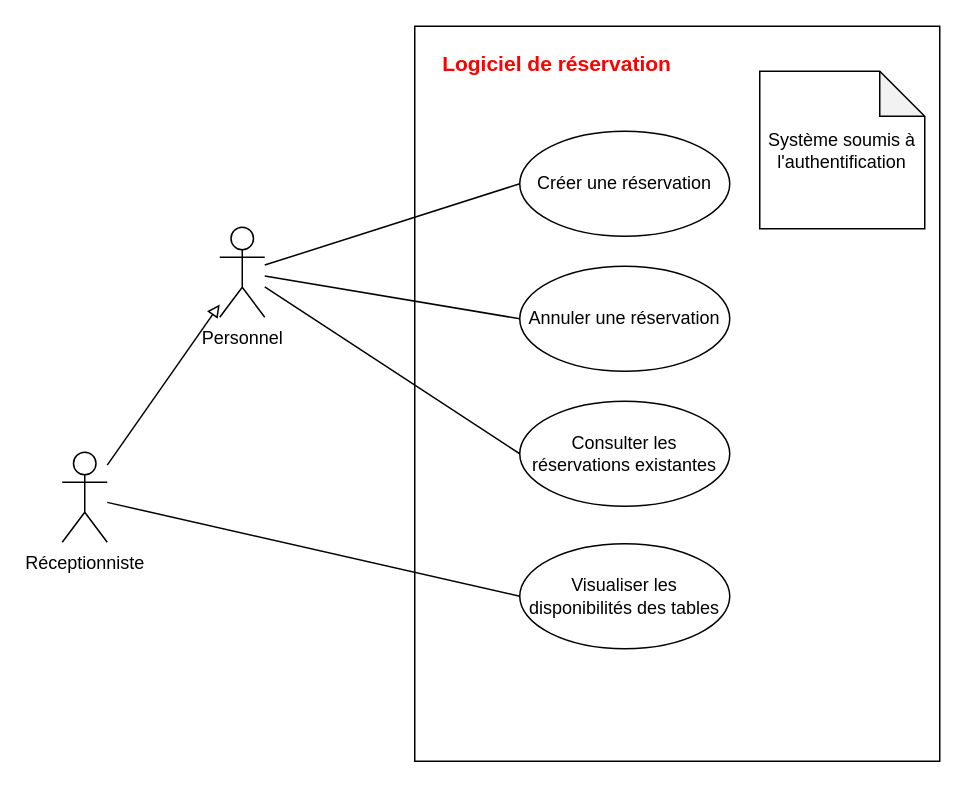
Earlier version of the draw.io diagram TP_1_UML_Exercice_3.drawio (Mzk-Ali/EXO_M2I_UML). Source tidied: cells renumbered, new cells numbered last; positions are measured from the earlier drawing's top-left corner, leaving out a move shared by most shapes. Both pictures are drawn from the tidied source at 150%, with x=0, y=0 at pixel (62, 26).
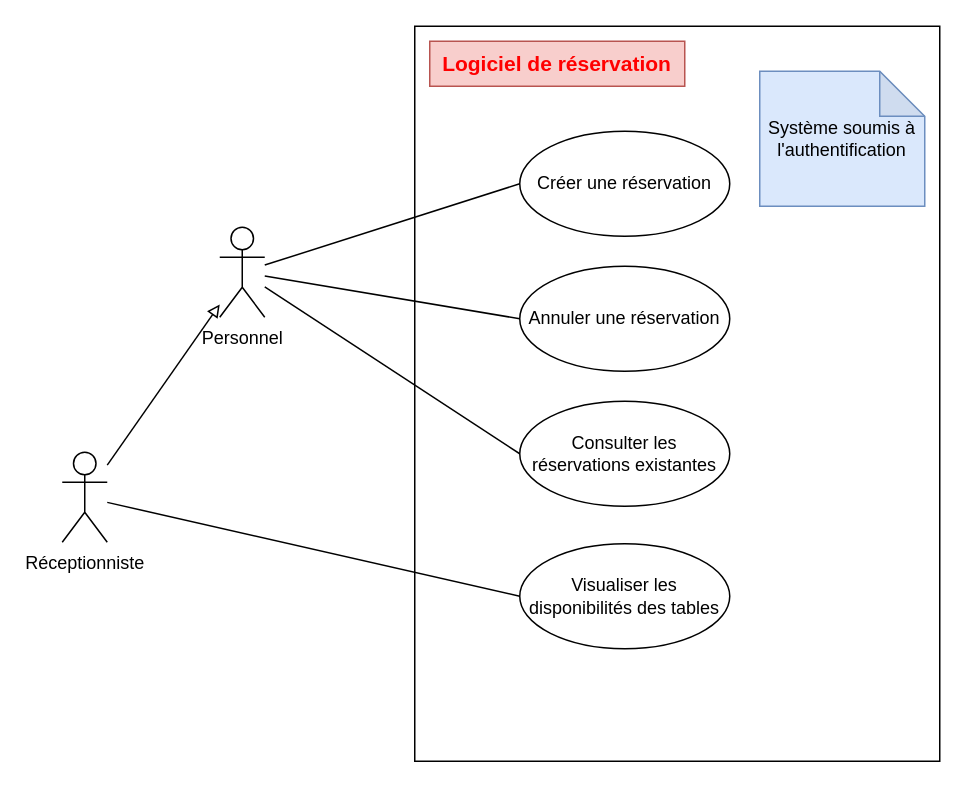
After the change.

Commit message:
Mettre à jour TP_1_UML_Exercice_3.drawio

What changed in the source:
```diff
@@
 <mxGraphModel>
   <root>
     <mxCell id="0" />
     <mxCell id="1" parent="0" />
     <mxCell id="2" style="rounded=0;whiteSpace=wrap;html=1;" parent="1" vertex="1">
       <mxGeometry x="235" width="350" height="490" as="geometry" />
     </mxCell>
     <mxCell id="3" style="rounded=0;jettySize=auto;html=1;endArrow=block;endFill=0;" parent="1" edge="1" source="5" target="9">
       <mxGeometry relative="1" as="geometry" />
     </mxCell>
     <mxCell id="4" style="rounded=0;jettySize=auto;html=1;entryX=0;entryY=0.5;entryDx=0;entryDy=0;endArrow=none;startFill=0;" parent="1" edge="1" source="5" target="10">
       <mxGeometry relative="1" as="geometry" />
     </mxCell>
     <mxCell id="5" value="Réceptionniste" style="shape=umlActor;verticalLabelPosition=bottom;verticalAlign=top;html=1;outlineConnect=0;" parent="1" vertex="1">
       <mxGeometry y="284" width="30" height="60" as="geometry" />
     </mxCell>
     <mxCell id="6" style="rounded=0;jettySize=auto;html=1;entryX=0;entryY=0.5;entryDx=0;entryDy=0;endArrow=none;startFill=0;" parent="1" edge="1" source="9" target="11">
       <mxGeometry relative="1" as="geometry" />
     </mxCell>
     <mxCell id="7" style="rounded=0;jettySize=auto;html=1;entryX=0;entryY=0.5;entryDx=0;entryDy=0;endArrow=none;startFill=0;" parent="1" edge="1" source="9" target="12">
       <mxGeometry relative="1" as="geometry" />
     </mxCell>
     <mxCell id="8" style="rounded=0;jettySize=auto;html=1;entryX=0;entryY=0.5;entryDx=0;entryDy=0;endArrow=none;startFill=0;" parent="1" edge="1" source="9" target="13">
       <mxGeometry relative="1" as="geometry" />
     </mxCell>
     <mxCell id="9" value="Personnel" style="shape=umlActor;verticalLabelPosition=bottom;verticalAlign=top;html=1;outlineConnect=0;" parent="1" vertex="1">
       <mxGeometry x="105" y="134" width="30" height="60" as="geometry" />
     </mxCell>
     <mxCell id="10" value="Visualiser les disponibilités des tables" style="ellipse;whiteSpace=wrap;html=1;" parent="1" vertex="1">
       <mxGeometry x="305" y="345" width="140" height="70" as="geometry" />
     </mxCell>
     <mxCell id="11" value="Créer une réservation" style="ellipse;whiteSpace=wrap;html=1;" parent="1" vertex="1">
       <mxGeometry x="305" y="70" width="140" height="70" as="geometry" />
     </mxCell>
     <mxCell id="12" value="Annuler une réservation" style="ellipse;whiteSpace=wrap;html=1;" parent="1" vertex="1">
       <mxGeometry x="305" y="160" width="140" height="70" as="geometry" />
     </mxCell>
     <mxCell id="13" value="Consulter les réservations existantes" style="ellipse;whiteSpace=wrap;html=1;" parent="1" vertex="1">
       <mxGeometry x="305" y="250" width="140" height="70" as="geometry" />
     </mxCell>
-    <mxCell id="14" value="&lt;font style=&quot;color: light-dark(rgb(255, 0, 0), rgb(237, 237, 237)); font-size: 14px;&quot;&gt;&lt;b&gt;Logiciel de réservation&lt;/b&gt;&lt;/font&gt;" style="text;html=1;align=center;verticalAlign=middle;whiteSpace=wrap;rounded=0;" parent="1" vertex="1">
+    <mxCell id="14" value="&lt;font style=&quot;color: light-dark(rgb(255, 0, 0), rgb(237, 237, 237)); font-size: 14px;&quot;&gt;&lt;b&gt;Logiciel de réservation&lt;/b&gt;&lt;/font&gt;" style="text;html=1;align=center;verticalAlign=middle;whiteSpace=wrap;rounded=0;fillColor=#f8cecc;strokeColor=#b85450;" parent="1" vertex="1">
       <mxGeometry x="245" y="10" width="170" height="30" as="geometry" />
     </mxCell>
-    <mxCell id="15" value="Système soumis à l'authentification" style="shape=note;whiteSpace=wrap;html=1;backgroundOutline=1;darkOpacity=0.05;" parent="1" vertex="1">
-      <mxGeometry x="465" y="30" width="110" height="105" as="geometry" />
+    <mxCell id="15" value="Système soumis à l'authentification" style="shape=note;whiteSpace=wrap;html=1;backgroundOutline=1;darkOpacity=0.05;fillColor=#dae8fc;strokeColor=#6c8ebf;" parent="1" vertex="1">
+      <mxGeometry x="465" y="30" width="110" height="90" as="geometry" />
     </mxCell>
   </root>
 </mxGraphModel>
```
